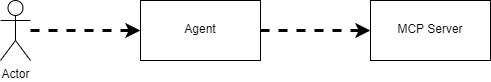
damienbod/McpSecurity keeps this draw.io diagram as flows/mcp-flow-1.drawio.png. Above is the earlier version. Source tidied: cells renumbered, new cells last; positions are measured from the earlier drawing's top-left corner, leaving out a move shared by most shapes. The source it was exported from:
```xml
<mxGraphModel>
  <root>
    <mxCell id="0" />
    <mxCell id="1" parent="0" />
    <mxCell id="2" style="rounded=0;whiteSpace=wrap;html=1;" parent="1" vertex="1">
      <mxGeometry x="370" width="120" height="60" as="geometry" />
    </mxCell>
    <mxCell id="3" style="rounded=0;whiteSpace=wrap;html=1;" parent="1" vertex="1">
      <mxGeometry x="140" width="120" height="60" as="geometry" />
    </mxCell>
    <mxCell id="4" value="Agent" style="text;html=1;align=center;verticalAlign=middle;whiteSpace=wrap;rounded=0;" parent="1" vertex="1">
      <mxGeometry x="155" y="14" width="90" height="30" as="geometry" />
    </mxCell>
    <mxCell id="5" value="MCP Server" style="text;whiteSpace=wrap;align=center;" parent="1" vertex="1">
      <mxGeometry x="385" y="15" width="90" height="30" as="geometry" />
    </mxCell>
    <mxCell id="6" value="Actor" style="shape=umlActor;verticalLabelPosition=bottom;verticalAlign=top;html=1;outlineConnect=0;" parent="1" vertex="1">
      <mxGeometry width="30" height="60" as="geometry" />
    </mxCell>
    <mxCell id="7" style="endArrow=classic;html=1;rounded=0;entryX=0;entryY=0.5;entryDx=0;entryDy=0;strokeWidth=3;dashed=1;" parent="1" edge="1" source="6" target="3">
      <mxGeometry relative="1" as="geometry" />
    </mxCell>
    <mxCell id="8" style="endArrow=classic;html=1;rounded=0;entryX=0;entryY=0.5;entryDx=0;entryDy=0;strokeWidth=3;dashed=1;exitX=1;exitY=0.5;exitDx=0;exitDy=0;" parent="1" edge="1" source="3" target="2">
      <mxGeometry relative="1" as="geometry" />
    </mxCell>
  </root>
</mxGraphModel>
```
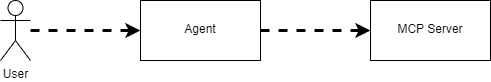
Above is the later version.

Diff of the diagram source:
```diff
@@ -14,7 +14,7 @@
     <mxCell id="5" value="MCP Server" style="text;whiteSpace=wrap;align=center;" parent="1" vertex="1">
       <mxGeometry x="385" y="15" width="90" height="30" as="geometry" />
     </mxCell>
-    <mxCell id="6" value="Actor" style="shape=umlActor;verticalLabelPosition=bottom;verticalAlign=top;html=1;outlineConnect=0;" parent="1" vertex="1">
+    <mxCell id="6" value="User" style="shape=umlActor;verticalLabelPosition=bottom;verticalAlign=top;html=1;outlineConnect=0;" parent="1" vertex="1">
       <mxGeometry width="30" height="60" as="geometry" />
     </mxCell>
     <mxCell id="7" style="endArrow=classic;html=1;rounded=0;entryX=0;entryY=0.5;entryDx=0;entryDy=0;strokeWidth=3;dashed=1;" parent="1" edge="1" source="6" target="3">
```
